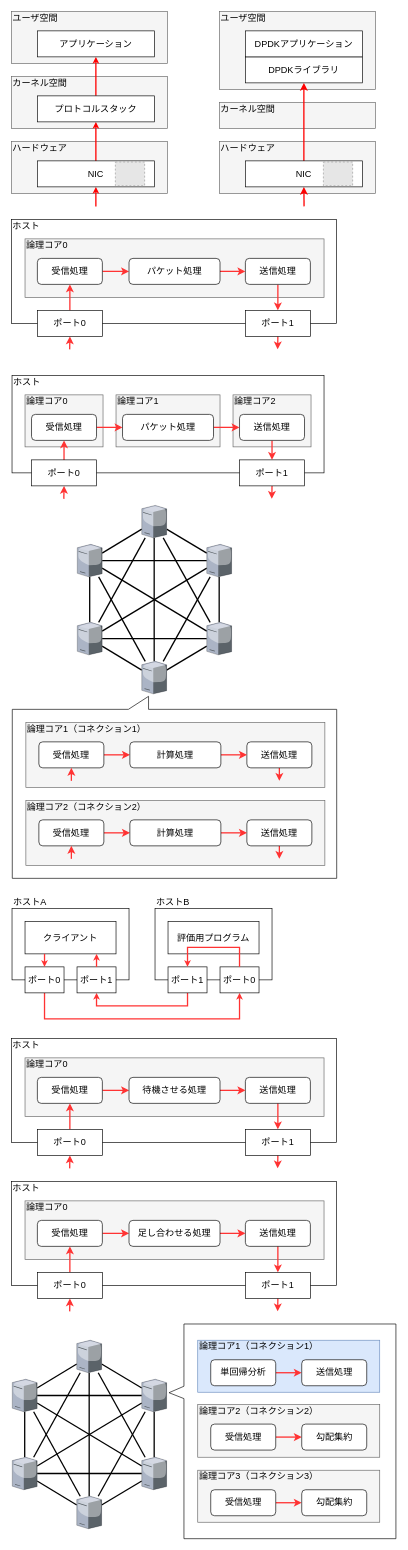
dasixi34/research-thesis-swopp keeps this draw.io diagram as thesis/pictures/Thesis.drawio. Above is the earlier version. Source tidied: cells renumbered, new cells numbered last; positions are measured from the earlier drawing's top-left corner, leaving out a move shared by most shapes. Both pictures are drawn from the tidied source at 65%, with x=0, y=0 at pixel (11, 11). Pictures stored in the file or linked from it are replaced by grey dashed boxes.
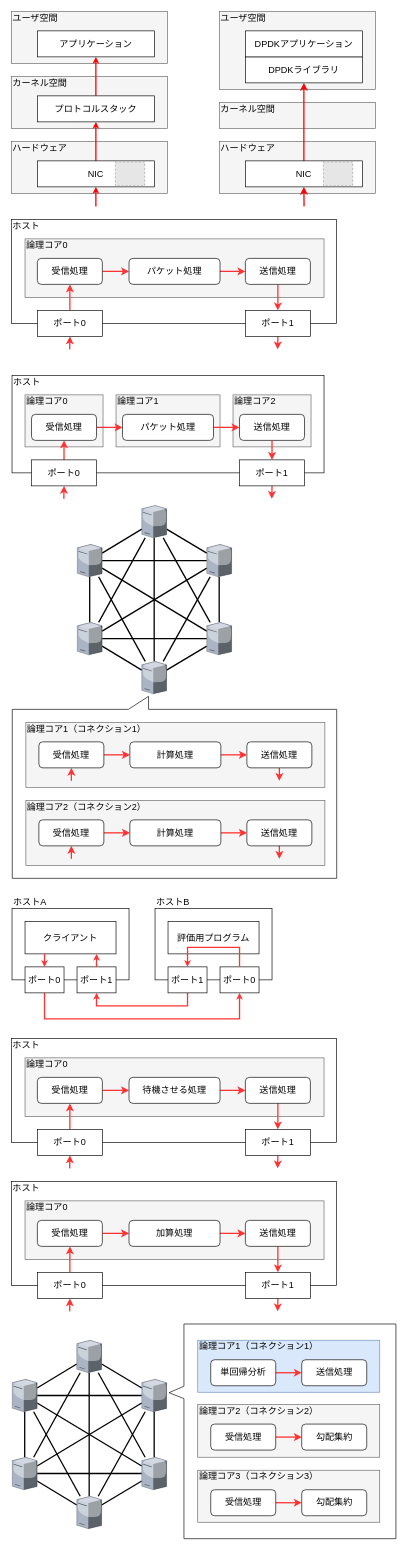
The same diagram, later.

What changed in the source:
```diff
@@
-    <mxCell id="175" value="&lt;font face=&quot;Noto Sans JP&quot;&gt;&lt;span style=&quot;font-size: 14px;&quot;&gt;足し合わせる処理&lt;/span&gt;&lt;/font&gt;" style="rounded=1;whiteSpace=wrap;html=1;strokeWidth=1;" parent="1" vertex="1">
+    <mxCell id="175" value="&lt;font face=&quot;Noto Sans JP&quot;&gt;&lt;span style=&quot;font-size: 14px;&quot;&gt;加算処理&lt;/span&gt;&lt;/font&gt;" style="rounded=1;whiteSpace=wrap;html=1;strokeWidth=1;" parent="1" vertex="1">
       <mxGeometry x="181" y="1860" width="140" height="40" as="geometry" />
     </mxCell>
```
